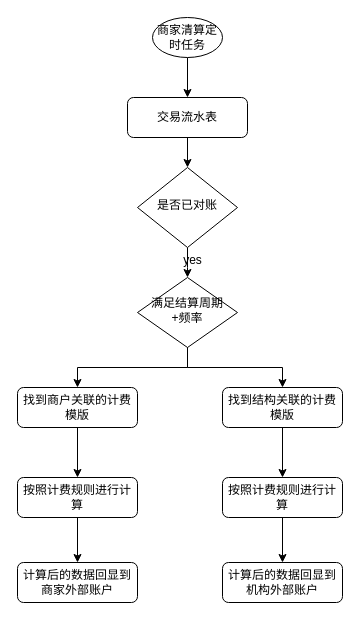
Before: page "Page-1" (1 of 2) of 未命名绘图.drawio in wengjunwei/myDraw, a draw.io diagram. Source tidied: cells renumbered, new cells numbered last; positions are measured from the earlier drawing's top-left corner, leaving out a move shared by most shapes. Both pictures are drawn from the tidied source at 100%, with x=0, y=0 at pixel (17, 17).
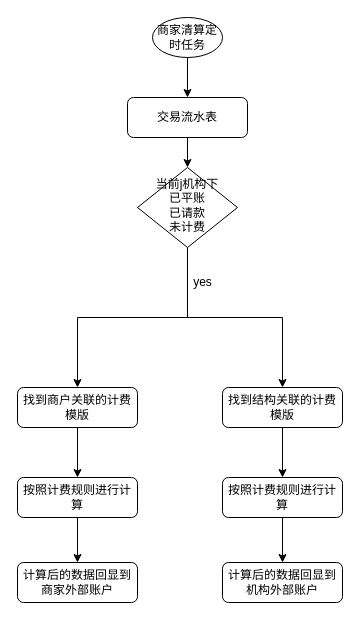
The same diagram, later.

Unchanged cells that the change refers to:
```xml
<mxCell id="9" value="找到商户关联的计费模版" style="rounded=1;whiteSpace=wrap;html=1;fontSize=12;glass=0;strokeWidth=1;shadow=0;" parent="1" vertex="1">
  <mxGeometry y="370" width="120" height="40" as="geometry" />
</mxCell>
<mxCell id="16" value="找到结构关联的计费模版" style="rounded=1;whiteSpace=wrap;html=1;fontSize=12;glass=0;strokeWidth=1;shadow=0;" parent="1" vertex="1">
  <mxGeometry x="205" y="370" width="120" height="40" as="geometry" />
</mxCell>
```

What changed in the source:
```diff
@@
-    <mxCell id="4" style="edgeStyle=orthogonalEdgeStyle;rounded=0;jettySize=auto;html=1;" parent="1" edge="1" source="5">
-      <mxGeometry relative="1" as="geometry">
-        <mxPoint x="170" y="260" as="targetPoint" />
-      </mxGeometry>
-    </mxCell>
+    <mxCell id="23" style="edgeStyle=orthogonalEdgeStyle;rounded=0;jettySize=auto;html=1;" parent="1" edge="1" source="5" target="9">
+      <mxGeometry relative="1" as="geometry" />
+    </mxCell>
+    <mxCell id="24" style="edgeStyle=orthogonalEdgeStyle;rounded=0;jettySize=auto;html=1;" parent="1" edge="1" source="5" target="16">
+      <mxGeometry relative="1" as="geometry" />
+    </mxCell>
-    <mxCell id="5" value="是否已对账" style="rhombus;whiteSpace=wrap;html=1;shadow=0;fontFamily=Helvetica;fontSize=12;align=center;strokeWidth=1;spacing=6;spacingTop=-4;" parent="1" vertex="1">
+    <mxCell id="5" value="&lt;div&gt;当前j机构下&lt;/div&gt;已平账&lt;div&gt;已请款&lt;/div&gt;&lt;div&gt;未计费&lt;/div&gt;" style="rhombus;whiteSpace=wrap;html=1;shadow=0;fontFamily=Helvetica;fontSize=12;align=center;strokeWidth=1;spacing=6;spacingTop=-4;" parent="1" vertex="1">
       <mxGeometry x="120" y="150" width="100" height="80" as="geometry" />
     </mxCell>
-    <mxCell id="6" style="edgeStyle=orthogonalEdgeStyle;rounded=0;jettySize=auto;html=1;" parent="1" edge="1" source="7" target="9">
-      <mxGeometry relative="1" as="geometry" />
-    </mxCell>
-    <mxCell id="7" value="满足结算周期+频率" style="rhombus;whiteSpace=wrap;html=1;shadow=0;fontFamily=Helvetica;fontSize=12;align=center;strokeWidth=1;spacing=6;spacingTop=-4;" parent="1" vertex="1">
-      <mxGeometry x="120" y="260" width="100" height="70" as="geometry" />
-    </mxCell>
@@
     <mxCell id="12" value="yes" style="text;html=1;align=center;verticalAlign=middle;strokeColor=none;fillColor=none;" parent="1" vertex="1">
-      <mxGeometry x="155" y="228" width="40" height="30" as="geometry" />
+      <mxGeometry x="165" y="250" width="40" height="30" as="geometry" />
     </mxCell>
@@
-    <mxCell id="14" style="edgeStyle=orthogonalEdgeStyle;rounded=0;jettySize=auto;html=1;exitX=0.5;exitY=1;exitDx=0;exitDy=0;" parent="1" edge="1" source="7" target="16">
-      <mxGeometry relative="1" as="geometry" />
-    </mxCell>
```
